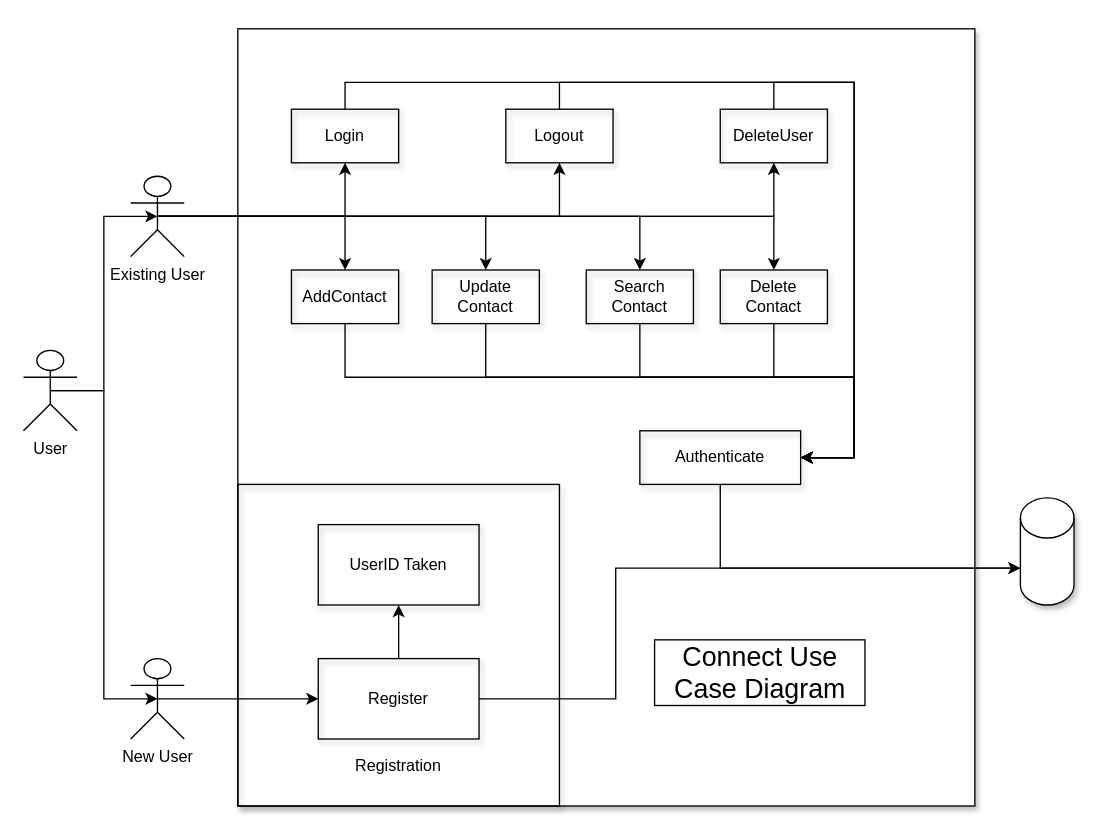
Before: useCase.drawio in dugoatboy/COP4331-Group17-SmallProject, a draw.io diagram. Source tidied: cells renumbered, new cells numbered last; positions are measured from the earlier drawing's top-left corner, leaving out a move shared by most shapes. Both pictures are drawn from the tidied source at 134%, with x=0, y=0 at pixel (23, 28).
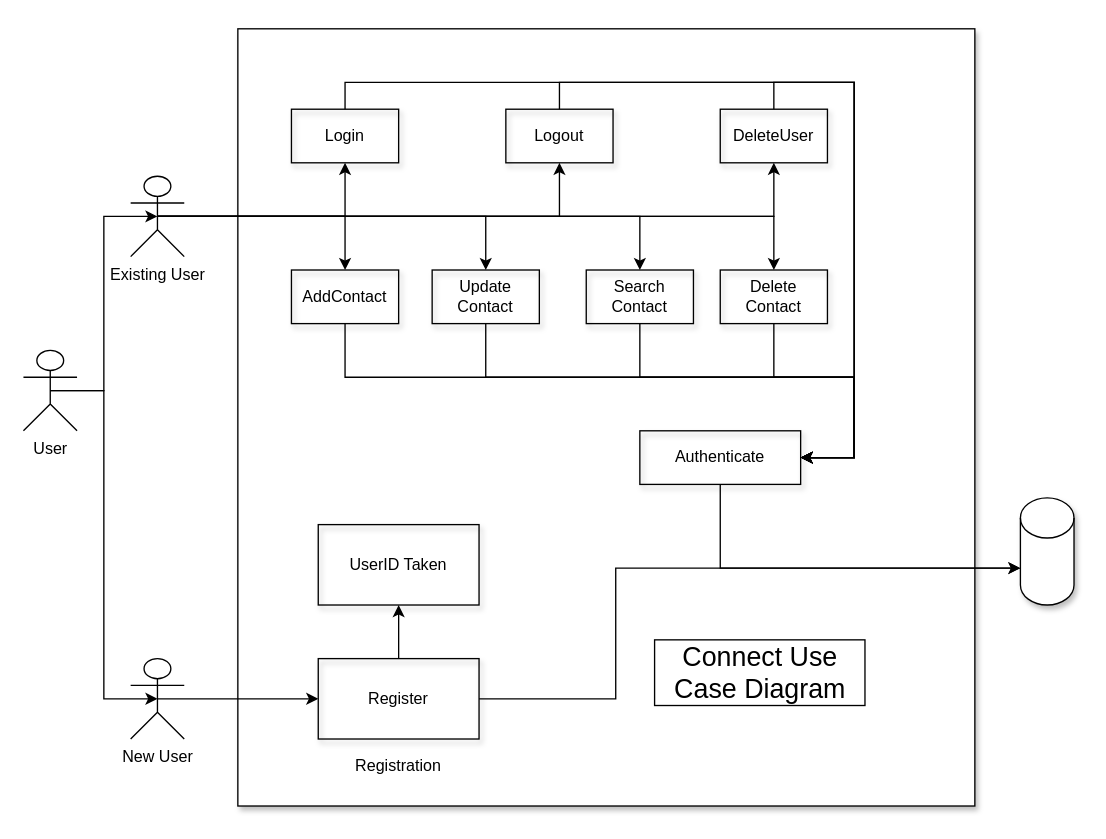
After the change.

Change to the diagram source:
```diff
@@
-    <mxCell id="17" style="rounded=0;whiteSpace=wrap;html=1;shadow=1;fillColor=none;gradientColor=none;" parent="1" vertex="1">
-      <mxGeometry x="160" y="340" width="240" height="240" as="geometry" />
-    </mxCell>
```
